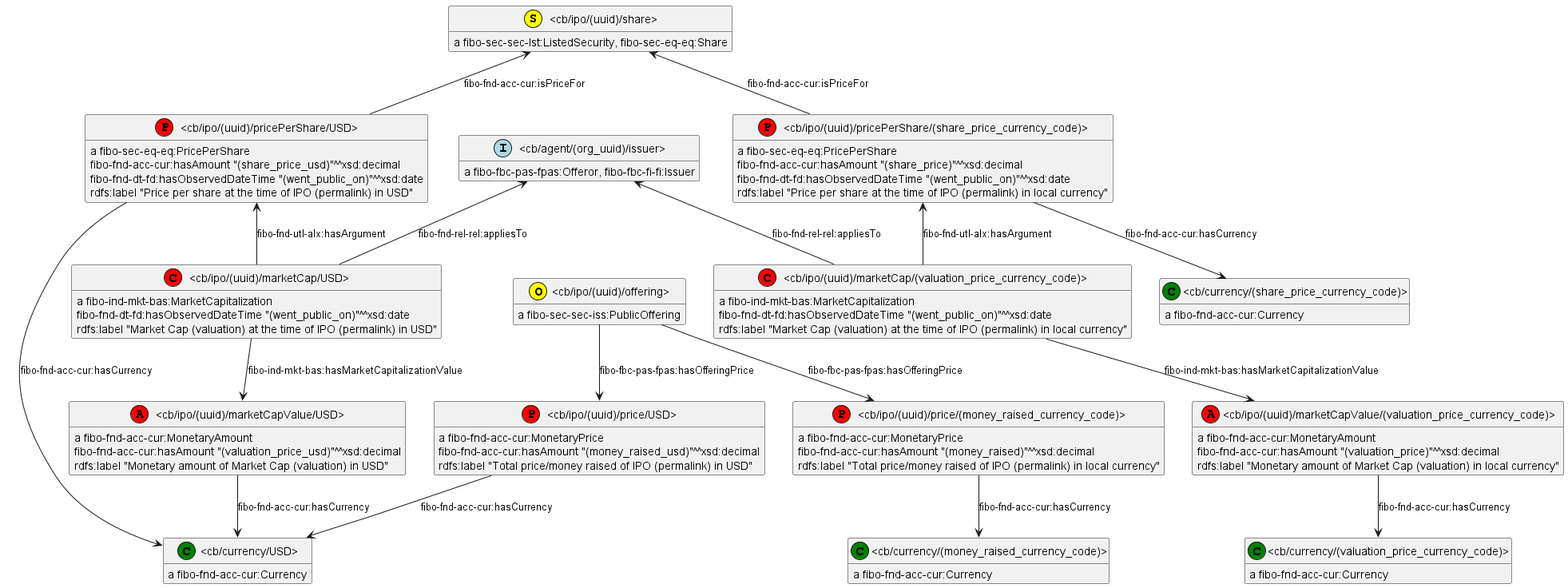
Above: ipos-financials.png in VladimirAlexiev/crunchbase-fibo (PlantUML), before the change.
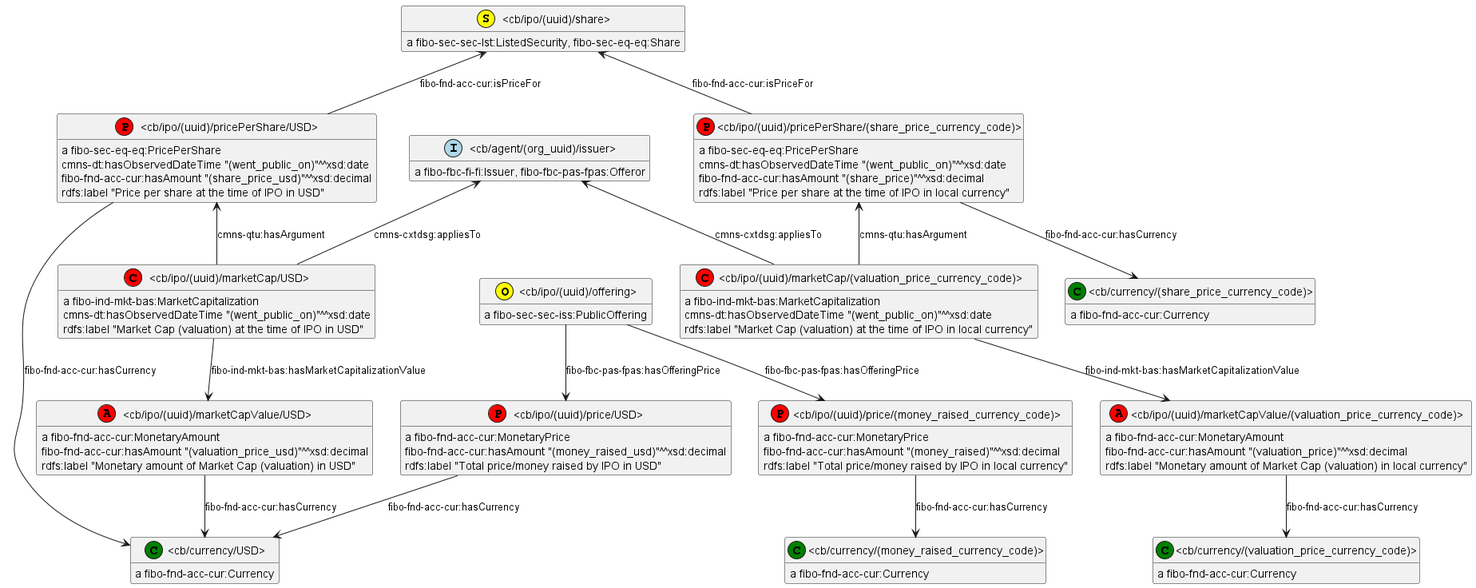
Above is the later version.

Change to the diagram source:
```diff
@@ -47,53 +47,53 @@
 class _cb_ipo_uuid_share_ as "<cb/ipo/(uuid)/share>"
 class _cb_ipo_uuid_share_ <<(S,yellow)>>
 show _cb_ipo_uuid_share_ circle
-_cb_ipo_uuid_marketCapValue_valuation_price_currency_code_ : {field} a fibo-fnd-acc-cur:MonetaryAmount
-_cb_ipo_uuid_marketCapValue_valuation_price_currency_code_ -down-> _cb_currency_valuation_price_currency_code_ : fibo-fnd-acc-cur:hasCurrency
-_cb_ipo_uuid_marketCapValue_valuation_price_currency_code_ : {field} fibo-fnd-acc-cur:hasAmount "(valuation_price)"^^xsd:decimal
-_cb_ipo_uuid_marketCapValue_valuation_price_currency_code_ : {field} rdfs:label "Monetary amount of Market Cap (valuation) in local currency"
+_cb_ipo_uuid_pricePerShare_USD_ : {field} a fibo-sec-eq-eq:PricePerShare
+_cb_ipo_uuid_pricePerShare_USD_ -down-> _cb_currency_USD_ : fibo-fnd-acc-cur:hasCurrency
+_cb_ipo_uuid_pricePerShare_USD_ -up-> _cb_ipo_uuid_share_ : fibo-fnd-acc-cur:isPriceFor
+_cb_ipo_uuid_pricePerShare_USD_ : {field} cmns-dt:hasObservedDateTime "(went_public_on)"^^xsd:date
+_cb_ipo_uuid_pricePerShare_USD_ : {field} fibo-fnd-acc-cur:hasAmount "(share_price_usd)"^^xsd:decimal
+_cb_ipo_uuid_pricePerShare_USD_ : {field} rdfs:label "Price per share at the time of IPO in USD"
+_cb_ipo_uuid_marketCap_valuation_price_currency_code_ : {field} a fibo-ind-mkt-bas:MarketCapitalization
+_cb_ipo_uuid_marketCap_valuation_price_currency_code_ -up-> _cb_ipo_uuid_pricePerShare_share_price_currency_code_ : cmns-qtu:hasArgument
+_cb_ipo_uuid_marketCap_valuation_price_currency_code_ -down-> _cb_ipo_uuid_marketCapValue_valuation_price_currency_code_ : fibo-ind-mkt-bas:hasMarketCapitalizationValue
+_cb_ipo_uuid_marketCap_valuation_price_currency_code_ -up-> _cb_agent_org_uuid_issuer_ : cmns-cxtdsg:appliesTo
+_cb_ipo_uuid_marketCap_valuation_price_currency_code_ : {field} cmns-dt:hasObservedDateTime "(went_public_on)"^^xsd:date
+_cb_ipo_uuid_marketCap_valuation_price_currency_code_ : {field} rdfs:label "Market Cap (valuation) at the time of IPO in local currency"
+_cb_currency_share_price_currency_code_ : {field} a fibo-fnd-acc-cur:Currency
+_cb_currency_USD_ : {field} a fibo-fnd-acc-cur:Currency
+_cb_ipo_uuid_marketCap_USD_ : {field} a fibo-ind-mkt-bas:MarketCapitalization
+_cb_ipo_uuid_marketCap_USD_ -up-> _cb_ipo_uuid_pricePerShare_USD_ : cmns-qtu:hasArgument
+_cb_ipo_uuid_marketCap_USD_ -down-> _cb_ipo_uuid_marketCapValue_USD_ : fibo-ind-mkt-bas:hasMarketCapitalizationValue
+_cb_ipo_uuid_marketCap_USD_ -up-> _cb_agent_org_uuid_issuer_ : cmns-cxtdsg:appliesTo
+_cb_ipo_uuid_marketCap_USD_ : {field} cmns-dt:hasObservedDateTime "(went_public_on)"^^xsd:date
+_cb_ipo_uuid_marketCap_USD_ : {field} rdfs:label "Market Cap (valuation) at the time of IPO in USD"
 _cb_ipo_uuid_marketCapValue_USD_ : {field} a fibo-fnd-acc-cur:MonetaryAmount
 _cb_ipo_uuid_marketCapValue_USD_ -down-> _cb_currency_USD_ : fibo-fnd-acc-cur:hasCurrency
 _cb_ipo_uuid_marketCapValue_USD_ : {field} fibo-fnd-acc-cur:hasAmount "(valuation_price_usd)"^^xsd:decimal
 _cb_ipo_uuid_marketCapValue_USD_ : {field} rdfs:label "Monetary amount of Market Cap (valuation) in USD"
 _cb_currency_valuation_price_currency_code_ : {field} a fibo-fnd-acc-cur:Currency
-_cb_currency_USD_ : {field} a fibo-fnd-acc-cur:Currency
-_cb_ipo_uuid_marketCap_valuation_price_currency_code_ : {field} a fibo-ind-mkt-bas:MarketCapitalization
-_cb_ipo_uuid_marketCap_valuation_price_currency_code_ -down-> _cb_ipo_uuid_marketCapValue_valuation_price_currency_code_ : fibo-ind-mkt-bas:hasMarketCapitalizationValue
-_cb_ipo_uuid_marketCap_valuation_price_currency_code_ -up-> _cb_ipo_uuid_pricePerShare_share_price_currency_code_ : fibo-fnd-utl-alx:hasArgument
-_cb_ipo_uuid_marketCap_valuation_price_currency_code_ -up-> _cb_agent_org_uuid_issuer_ : fibo-fnd-rel-rel:appliesTo
-_cb_ipo_uuid_marketCap_valuation_price_currency_code_ : {field} fibo-fnd-dt-fd:hasObservedDateTime "(went_public_on)"^^xsd:date
-_cb_ipo_uuid_marketCap_valuation_price_currency_code_ : {field} rdfs:label "Market Cap (valuation) at the time of IPO (permalink) in local currency"
-_cb_ipo_uuid_pricePerShare_share_price_currency_code_ : {field} a fibo-sec-eq-eq:PricePerShare
-_cb_ipo_uuid_pricePerShare_share_price_currency_code_ -up-> _cb_ipo_uuid_share_ : fibo-fnd-acc-cur:isPriceFor
-_cb_ipo_uuid_pricePerShare_share_price_currency_code_ -down-> _cb_currency_share_price_currency_code_ : fibo-fnd-acc-cur:hasCurrency
-_cb_ipo_uuid_pricePerShare_share_price_currency_code_ : {field} fibo-fnd-acc-cur:hasAmount "(share_price)"^^xsd:decimal
-_cb_ipo_uuid_pricePerShare_share_price_currency_code_ : {field} fibo-fnd-dt-fd:hasObservedDateTime "(went_public_on)"^^xsd:date
-_cb_ipo_uuid_pricePerShare_share_price_currency_code_ : {field} rdfs:label "Price per share at the time of IPO (permalink) in local currency"
-_cb_ipo_uuid_pricePerShare_USD_ : {field} a fibo-sec-eq-eq:PricePerShare
-_cb_ipo_uuid_pricePerShare_USD_ -up-> _cb_ipo_uuid_share_ : fibo-fnd-acc-cur:isPriceFor
-_cb_ipo_uuid_pricePerShare_USD_ -down-> _cb_currency_USD_ : fibo-fnd-acc-cur:hasCurrency
-_cb_ipo_uuid_pricePerShare_USD_ : {field} fibo-fnd-acc-cur:hasAmount "(share_price_usd)"^^xsd:decimal
-_cb_ipo_uuid_pricePerShare_USD_ : {field} fibo-fnd-dt-fd:hasObservedDateTime "(went_public_on)"^^xsd:date
-_cb_ipo_uuid_pricePerShare_USD_ : {field} rdfs:label "Price per share at the time of IPO (permalink) in USD"
-_cb_ipo_uuid_marketCap_USD_ : {field} a fibo-ind-mkt-bas:MarketCapitalization
-_cb_ipo_uuid_marketCap_USD_ -up-> _cb_agent_org_uuid_issuer_ : fibo-fnd-rel-rel:appliesTo
-_cb_ipo_uuid_marketCap_USD_ -down-> _cb_ipo_uuid_marketCapValue_USD_ : fibo-ind-mkt-bas:hasMarketCapitalizationValue
-_cb_ipo_uuid_marketCap_USD_ -up-> _cb_ipo_uuid_pricePerShare_USD_ : fibo-fnd-utl-alx:hasArgument
-_cb_ipo_uuid_marketCap_USD_ : {field} fibo-fnd-dt-fd:hasObservedDateTime "(went_public_on)"^^xsd:date
-_cb_ipo_uuid_marketCap_USD_ : {field} rdfs:label "Market Cap (valuation) at the time of IPO (permalink) in USD"
-_cb_currency_money_raised_currency_code_ : {field} a fibo-fnd-acc-cur:Currency
 _cb_ipo_uuid_price_money_raised_currency_code_ : {field} a fibo-fnd-acc-cur:MonetaryPrice
 _cb_ipo_uuid_price_money_raised_currency_code_ -down-> _cb_currency_money_raised_currency_code_ : fibo-fnd-acc-cur:hasCurrency
 _cb_ipo_uuid_price_money_raised_currency_code_ : {field} fibo-fnd-acc-cur:hasAmount "(money_raised)"^^xsd:decimal
-_cb_ipo_uuid_price_money_raised_currency_code_ : {field} rdfs:label "Total price/money raised of IPO (permalink) in local currency"
-_cb_currency_share_price_currency_code_ : {field} a fibo-fnd-acc-cur:Currency
-_cb_agent_org_uuid_issuer_ : {field} a fibo-fbc-pas-fpas:Offeror, fibo-fbc-fi-fi:Issuer
-_cb_ipo_uuid_share_ : {field} a fibo-sec-sec-lst:ListedSecurity, fibo-sec-eq-eq:Share
-_cb_ipo_uuid_offering_ : {field} a fibo-sec-sec-iss:PublicOffering
-_cb_ipo_uuid_offering_ -down-> _cb_ipo_uuid_price_money_raised_currency_code_ : fibo-fbc-pas-fpas:hasOfferingPrice
-_cb_ipo_uuid_offering_ -down-> _cb_ipo_uuid_price_USD_ : fibo-fbc-pas-fpas:hasOfferingPrice
+_cb_ipo_uuid_price_money_raised_currency_code_ : {field} rdfs:label "Total price/money raised by IPO in local currency"
+_cb_currency_money_raised_currency_code_ : {field} a fibo-fnd-acc-cur:Currency
 _cb_ipo_uuid_price_USD_ : {field} a fibo-fnd-acc-cur:MonetaryPrice
 _cb_ipo_uuid_price_USD_ -down-> _cb_currency_USD_ : fibo-fnd-acc-cur:hasCurrency
 _cb_ipo_uuid_price_USD_ : {field} fibo-fnd-acc-cur:hasAmount "(money_raised_usd)"^^xsd:decimal
-_cb_ipo_uuid_price_USD_ : {field} rdfs:label "Total price/money raised of IPO (permalink) in USD"
+_cb_ipo_uuid_price_USD_ : {field} rdfs:label "Total price/money raised by IPO in USD"
+_cb_ipo_uuid_offering_ : {field} a fibo-sec-sec-iss:PublicOffering
+_cb_ipo_uuid_offering_ -down-> _cb_ipo_uuid_price_USD_ : fibo-fbc-pas-fpas:hasOfferingPrice
+_cb_ipo_uuid_offering_ -down-> _cb_ipo_uuid_price_money_raised_currency_code_ : fibo-fbc-pas-fpas:hasOfferingPrice
+_cb_ipo_uuid_marketCapValue_valuation_price_currency_code_ : {field} a fibo-fnd-acc-cur:MonetaryAmount
+_cb_ipo_uuid_marketCapValue_valuation_price_currency_code_ -down-> _cb_currency_valuation_price_currency_code_ : fibo-fnd-acc-cur:hasCurrency
+_cb_ipo_uuid_marketCapValue_valuation_price_currency_code_ : {field} fibo-fnd-acc-cur:hasAmount "(valuation_price)"^^xsd:decimal
+_cb_ipo_uuid_marketCapValue_valuation_price_currency_code_ : {field} rdfs:label "Monetary amount of Market Cap (valuation) in local currency"
+_cb_agent_org_uuid_issuer_ : {field} a fibo-fbc-fi-fi:Issuer, fibo-fbc-pas-fpas:Offeror
+_cb_ipo_uuid_pricePerShare_share_price_currency_code_ : {field} a fibo-sec-eq-eq:PricePerShare
+_cb_ipo_uuid_pricePerShare_share_price_currency_code_ -down-> _cb_currency_share_price_currency_code_ : fibo-fnd-acc-cur:hasCurrency
+_cb_ipo_uuid_pricePerShare_share_price_currency_code_ -up-> _cb_ipo_uuid_share_ : fibo-fnd-acc-cur:isPriceFor
+_cb_ipo_uuid_pricePerShare_share_price_currency_code_ : {field} cmns-dt:hasObservedDateTime "(went_public_on)"^^xsd:date
+_cb_ipo_uuid_pricePerShare_share_price_currency_code_ : {field} fibo-fnd-acc-cur:hasAmount "(share_price)"^^xsd:decimal
+_cb_ipo_uuid_pricePerShare_share_price_currency_code_ : {field} rdfs:label "Price per share at the time of IPO in local currency"
+_cb_ipo_uuid_share_ : {field} a fibo-sec-sec-lst:ListedSecurity, fibo-sec-eq-eq:Share
 @enduml
```
